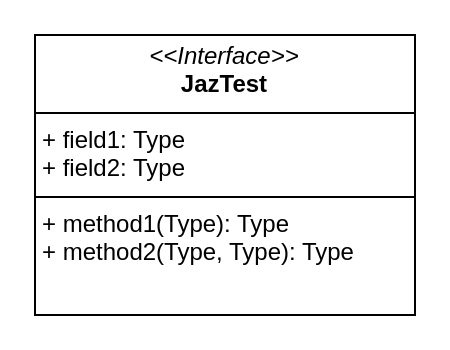
The draw.io diagram TestJaz-go.drawio in zukigit/design_structures, before the edit. Source tidied: cells renumbered, new cells numbered last; positions are measured from the earlier drawing's top-left corner, leaving out a move shared by most shapes. Both pictures are drawn from the tidied source at 200%, with x=0, y=0 at pixel (34, 34).
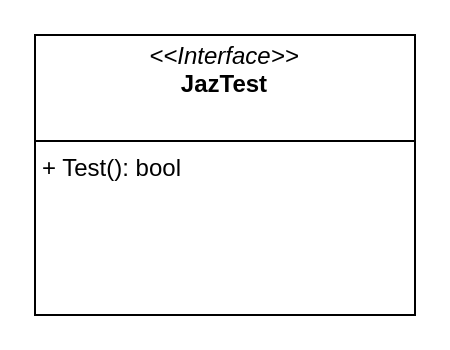
The same diagram, later.

What changed in the source:
```diff
@@
 <mxGraphModel>
   <root>
     <mxCell id="0" />
     <mxCell id="1" parent="0" />
-    <mxCell id="2" value="&lt;p style=&quot;margin:0px;margin-top:4px;text-align:center;&quot;&gt;&lt;i&gt;&amp;lt;&amp;lt;Interface&amp;gt;&amp;gt;&lt;/i&gt;&lt;br&gt;&lt;b&gt;JazTest&lt;/b&gt;&lt;/p&gt;&lt;hr style=&quot;border-style:solid;&quot; size=&quot;1&quot;&gt;&lt;p style=&quot;margin:0px;margin-left:4px;&quot;&gt;+ field1: Type&lt;br&gt;+ field2: Type&lt;/p&gt;&lt;hr style=&quot;border-style:solid;&quot; size=&quot;1&quot;&gt;&lt;p style=&quot;margin:0px;margin-left:4px;&quot;&gt;+ method1(Type): Type&lt;br&gt;+ method2(Type, Type): Type&lt;/p&gt;" style="verticalAlign=top;align=left;overflow=fill;html=1;whiteSpace=wrap;" parent="1" vertex="1">
+    <mxCell id="2" value="&lt;p style=&quot;margin:0px;margin-top:4px;text-align:center;&quot;&gt;&lt;i&gt;&amp;lt;&amp;lt;Interface&amp;gt;&amp;gt;&lt;/i&gt;&lt;br&gt;&lt;b&gt;JazTest&lt;/b&gt;&lt;/p&gt;&lt;br&gt;&lt;hr style=&quot;border-style:solid;&quot; size=&quot;1&quot;&gt;&lt;p style=&quot;margin:0px;margin-left:4px;&quot;&gt;+ Test(): bool&lt;br&gt;&lt;/p&gt;" style="verticalAlign=top;align=left;overflow=fill;html=1;whiteSpace=wrap;" parent="1" vertex="1">
       <mxGeometry width="190" height="140" as="geometry" />
     </mxCell>
   </root>
 </mxGraphModel>
```
